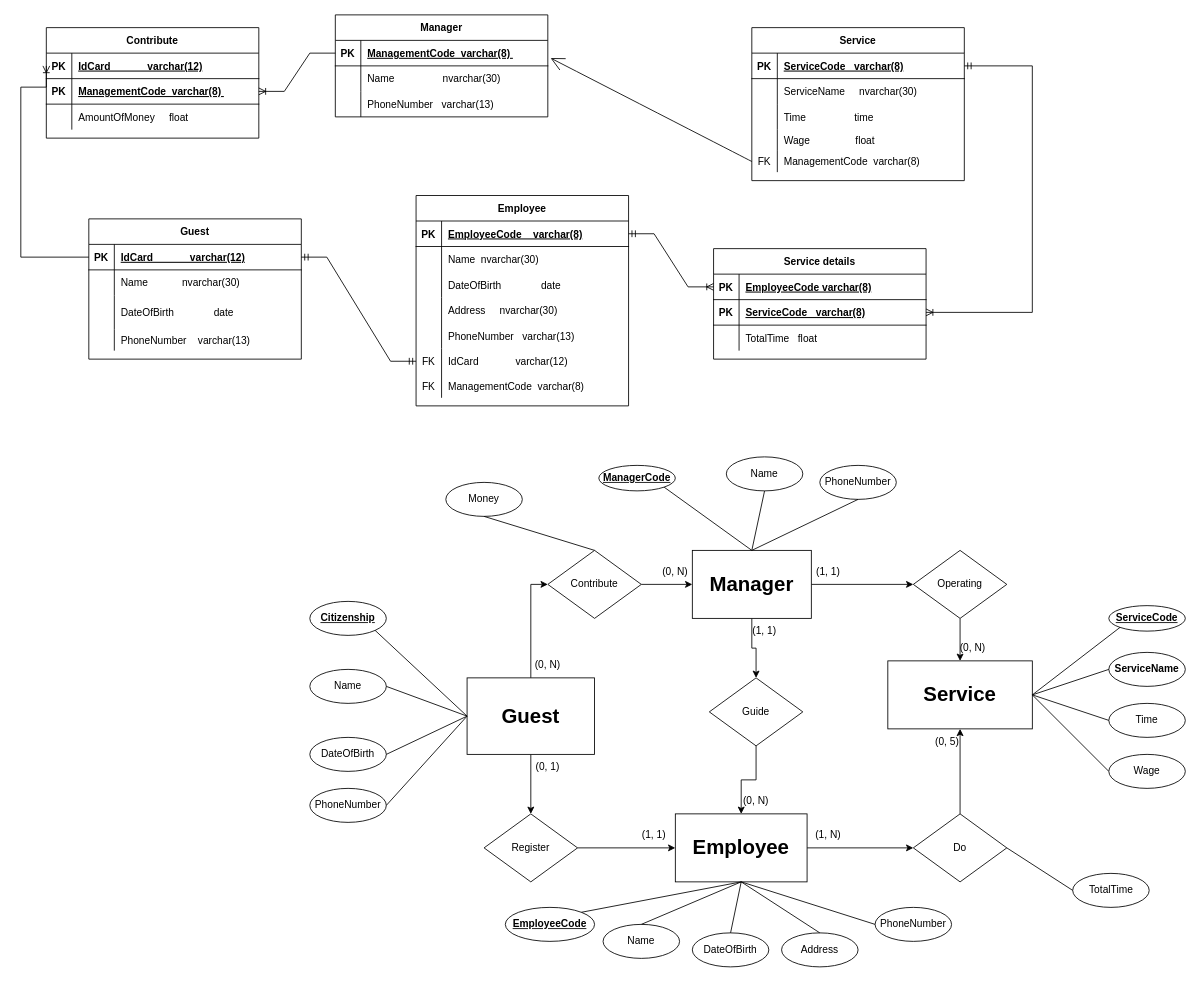
ducvu25/1 keeps this draw.io diagram as Biểu đồ không có tiêu đề.drawio. Above is the earlier version. Source tidied: cells renumbered, new cells numbered last; positions are measured from the earlier drawing's top-left corner, leaving out a move shared by most shapes. Both pictures are drawn from the tidied source at 85%, with x=0, y=0 at pixel (20, 14).
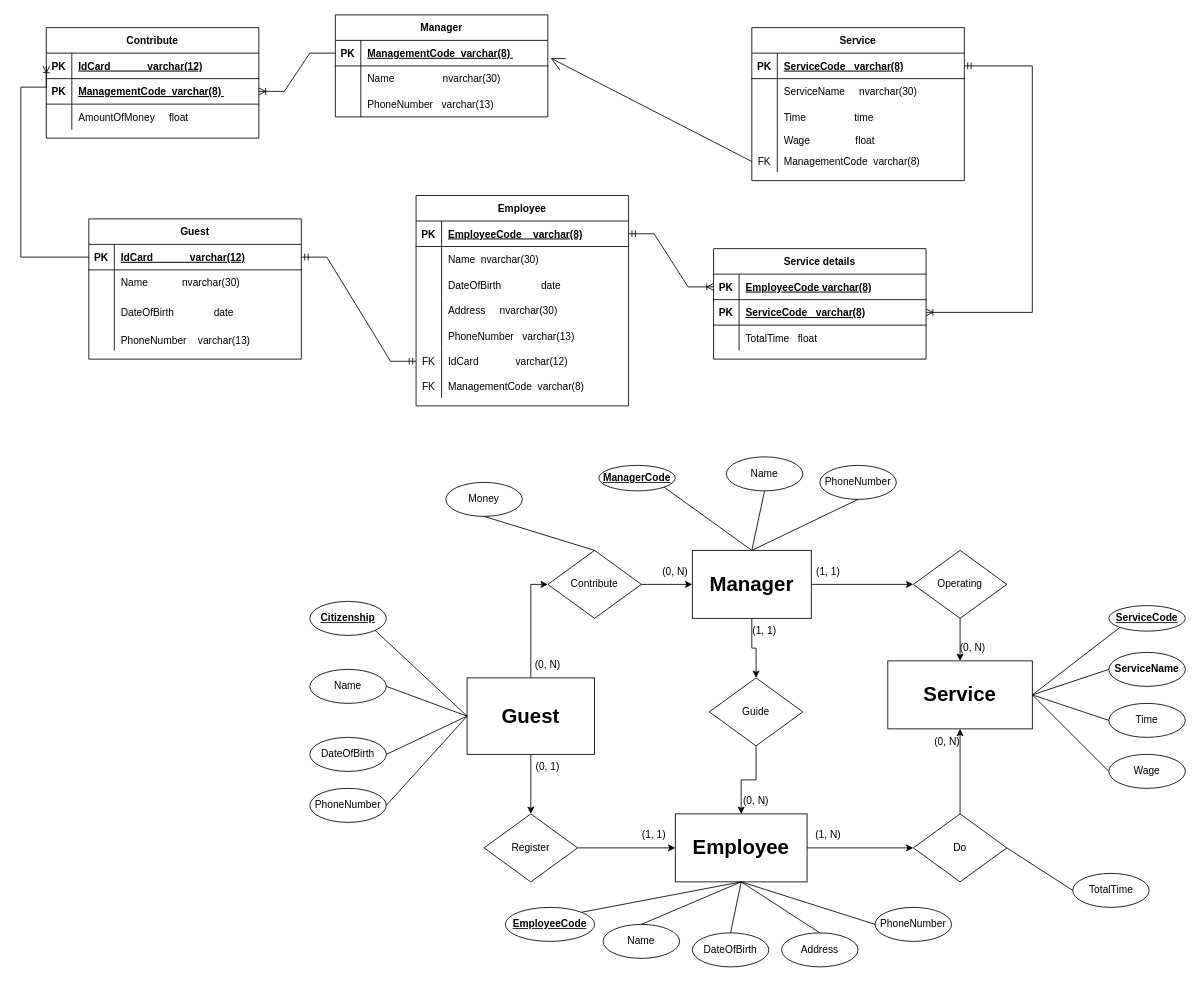
Above is the later version.

Commit message:
Cập nhật Biểu đồ không có tiêu đề.drawio

Diff of the diagram source:
```diff
@@
-    <mxCell id="73" value="(0, 5)" style="text;html=1;strokeColor=none;fillColor=none;align=center;verticalAlign=middle;whiteSpace=wrap;rounded=0;" parent="1" vertex="1">
+    <mxCell id="73" value="(0, N)" style="text;html=1;strokeColor=none;fillColor=none;align=center;verticalAlign=middle;whiteSpace=wrap;rounded=0;" parent="1" vertex="1">
       <mxGeometry x="1060" y="840" width="60" height="30" as="geometry" />
     </mxCell>
```
